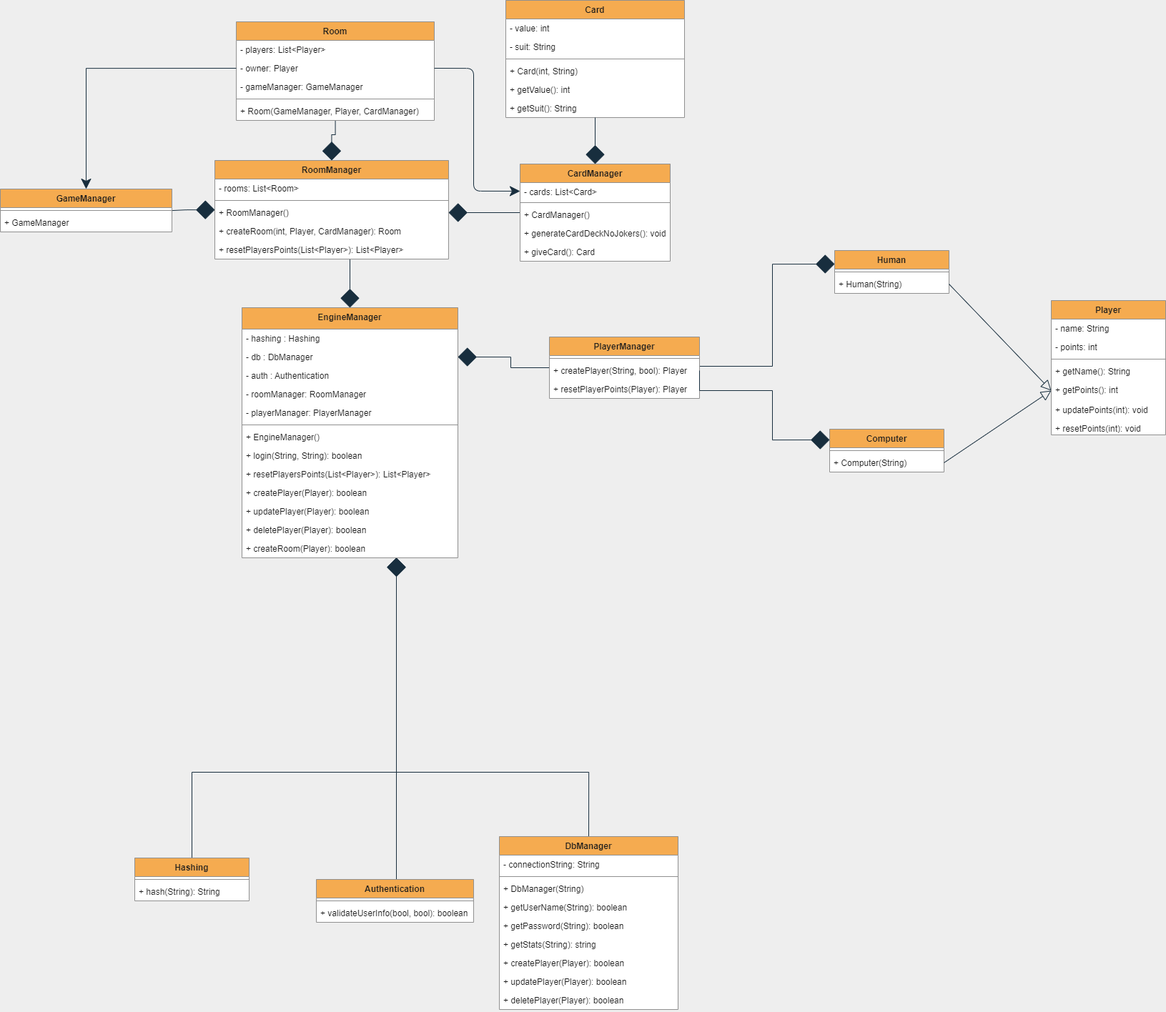
Olivervesth/KortKlubben keeps this draw.io diagram as Diagrammer/Klasse Diagram.drawio.png. Above is the earlier version. Source tidied: cells renumbered, new cells last; positions are measured from the earlier drawing's top-left corner, leaving out a move shared by most shapes.
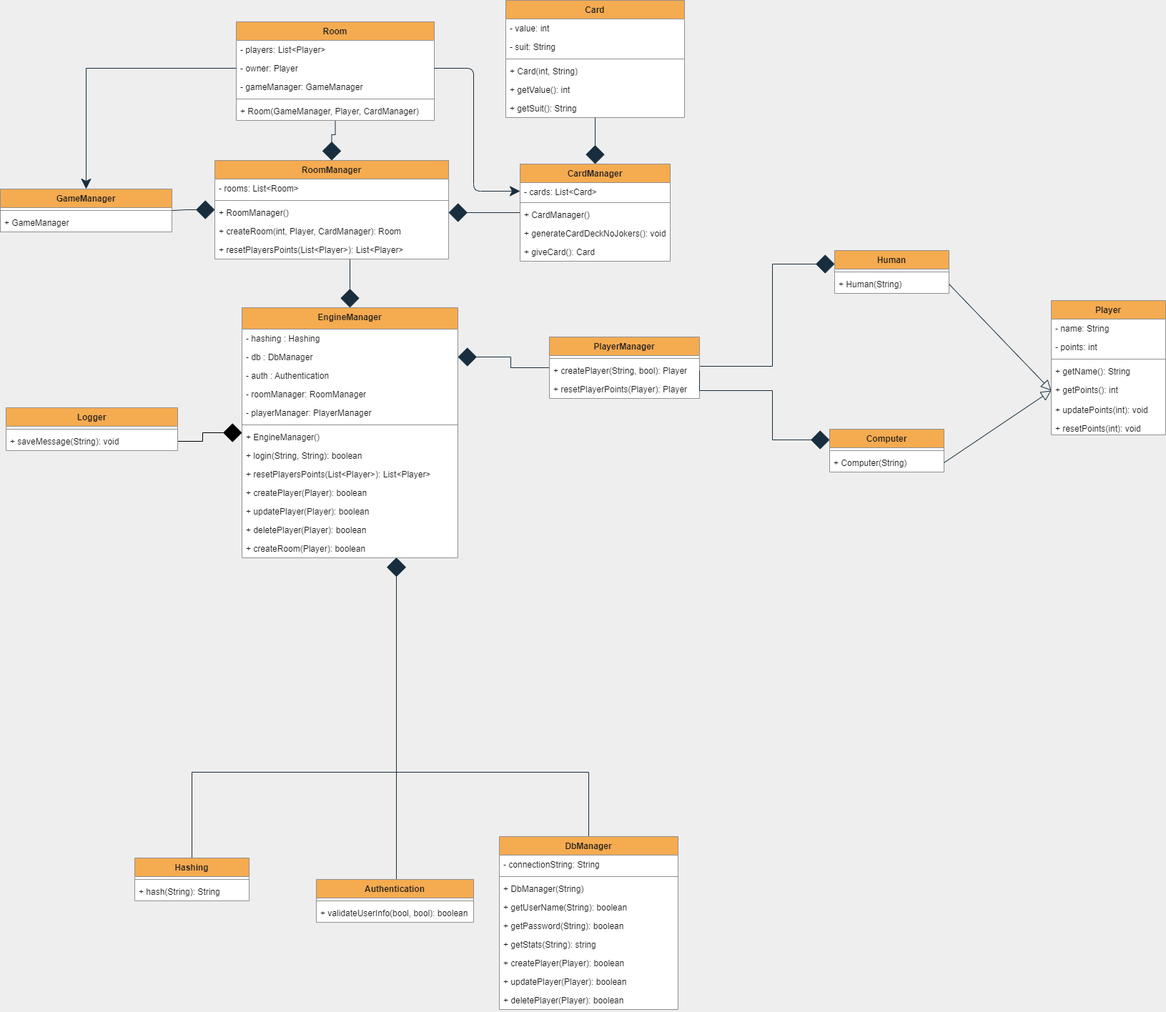
After the commit.

The edit, as a diff of the source:
```diff
@@ -117,6 +117,9 @@
         </Array>
       </mxGeometry>
     </mxCell>
+    <mxCell id="93" style="edgeStyle=orthogonalEdgeStyle;rounded=0;jettySize=auto;html=1;entryX=1;entryY=0.5;entryDx=0;entryDy=0;startArrow=diamond;startFill=1;endArrow=none;endFill=0;startSize=24;" parent="1" edge="1" source="34" target="96">
+      <mxGeometry relative="1" as="geometry" />
+    </mxCell>
     <mxCell id="34" value="EngineManager" style="swimlane;fontStyle=1;align=center;verticalAlign=top;horizontal=1;startSize=30;fillColor=#F5AB50;strokeColor=#909090;fontColor=#1A1A1A;rounded=0;swimlaneFillColor=default;" parent="1" vertex="1">
       <mxGeometry x="338" y="430" width="302" height="350" as="geometry" />
     </mxCell>
@@ -306,5 +309,14 @@
     <mxCell id="92" style="edgeStyle=orthogonalEdgeStyle;jettySize=auto;html=1;exitX=1;exitY=0.5;exitDx=0;exitDy=0;entryX=0;entryY=0.5;entryDx=0;entryDy=0;fontColor=#1A1A1A;strokeColor=#182E3E;startSize=12;endSize=12;" parent="1" edge="1" source="5" target="18">
       <mxGeometry relative="1" as="geometry" />
     </mxCell>
+    <mxCell id="94" value="Logger" style="swimlane;fontStyle=1;align=center;verticalAlign=top;horizontal=1;startSize=26;fillColor=#F5AB50;strokeColor=#909090;fontColor=#1A1A1A;rounded=0;swimlaneFillColor=default;" parent="1" vertex="1">
+      <mxGeometry x="8" y="570" width="240" height="60" as="geometry" />
+    </mxCell>
+    <mxCell id="95" style="line;strokeWidth=1;fillColor=none;align=left;verticalAlign=middle;spacingTop=-1;spacingLeft=3;spacingRight=3;labelPosition=right;labelBackgroundColor=#EEEEEE;strokeColor=#909090;fontColor=#1A1A1A;rounded=0;" parent="94" vertex="1">
+      <mxGeometry y="26" width="240" height="8" as="geometry" />
+    </mxCell>
+    <mxCell id="96" value="+ saveMessage(String): void" style="text;strokeColor=none;fillColor=none;align=left;verticalAlign=top;spacingLeft=4;spacingRight=4;overflow=hidden;points=[[0,0.5],[1,0.5]];portConstraint=eastwest;fontColor=#1A1A1A;rounded=0;" parent="94" vertex="1">
+      <mxGeometry y="34" width="240" height="26" as="geometry" />
+    </mxCell>
   </root>
 </mxGraphModel>
```
